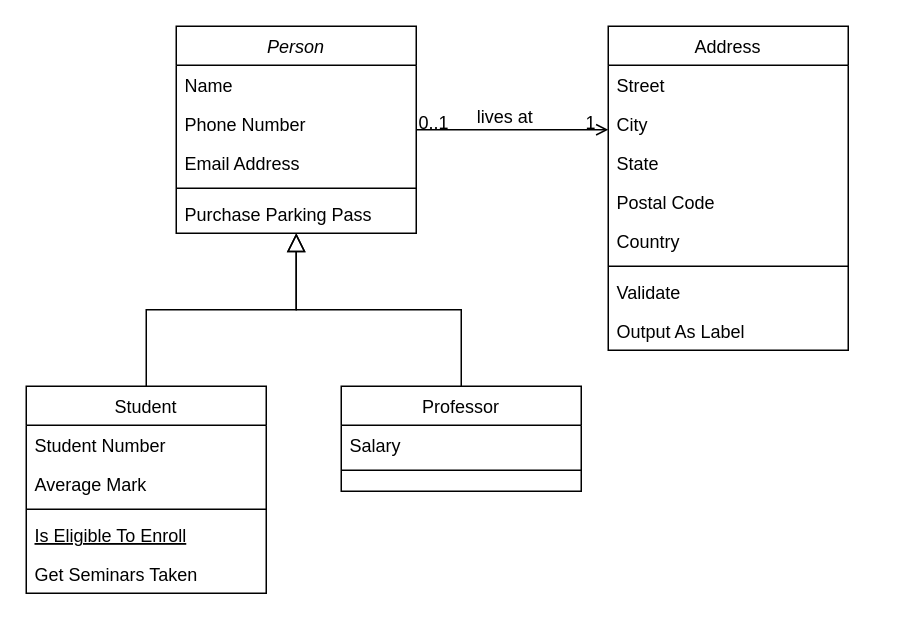
Earlier version of the draw.io diagram Diagrama-Classes/Escola-Ingles.drawio (Wal221/ProjetoWeb2). Source tidied: cells renumbered, new cells numbered last; positions are measured from the earlier drawing's top-left corner, leaving out a move shared by most shapes. Both pictures are drawn from the tidied source at 150%, with x=0, y=0 at pixel (26, 26).
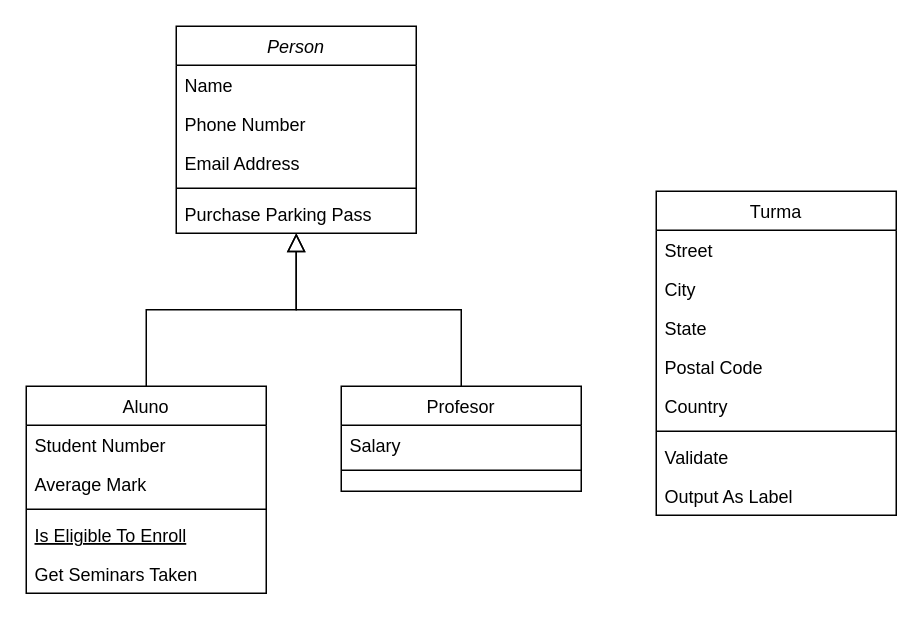
Above is the later version.

Commit message:
Adicionado a pasta para o diagrama de banco de dados

Unchanged cells that the change refers to:
```xml
<mxCell id="2" value="Person" style="swimlane;fontStyle=2;align=center;verticalAlign=top;horizontal=1;startSize=26;rounded=0;shadow=0;strokeWidth=1;" parent="1" vertex="1">
  <mxGeometry x="100" width="160" height="138" as="geometry" />
</mxCell>
```

Change to the diagram source:
```diff
@@
-    <mxCell id="8" value="Student" style="swimlane;fontStyle=0;align=center;verticalAlign=top;horizontal=1;startSize=26;rounded=0;shadow=0;strokeWidth=1;" parent="1" vertex="1">
+    <mxCell id="8" value="Aluno" style="swimlane;fontStyle=0;align=center;verticalAlign=top;horizontal=1;startSize=26;rounded=0;shadow=0;strokeWidth=1;" parent="1" vertex="1">
       <mxGeometry y="240" width="160" height="138" as="geometry" />
     </mxCell>
@@
-    <mxCell id="15" value="Professor" style="swimlane;fontStyle=0;align=center;verticalAlign=top;horizontal=1;startSize=26;rounded=0;shadow=0;strokeWidth=1;" parent="1" vertex="1">
+    <mxCell id="15" value="Profesor" style="swimlane;fontStyle=0;align=center;verticalAlign=top;horizontal=1;startSize=26;rounded=0;shadow=0;strokeWidth=1;" parent="1" vertex="1">
       <mxGeometry x="210" y="240" width="160" height="70" as="geometry" />
     </mxCell>
@@
-    <mxCell id="19" value="Address" style="swimlane;fontStyle=0;align=center;verticalAlign=top;horizontal=1;startSize=26;rounded=0;shadow=0;strokeWidth=1;" parent="1" vertex="1">
-      <mxGeometry x="388" width="160" height="216" as="geometry" />
+    <mxCell id="19" value="Turma" style="swimlane;fontStyle=0;align=center;verticalAlign=top;horizontal=1;startSize=26;rounded=0;shadow=0;strokeWidth=1;" parent="1" vertex="1">
+      <mxGeometry x="420" y="110" width="160" height="216" as="geometry" />
     </mxCell>
@@
-    <mxCell id="28" style="endArrow=open;shadow=0;strokeWidth=1;rounded=0;curved=0;endFill=1;edgeStyle=elbowEdgeStyle;elbow=vertical;" parent="1" edge="1" source="2" target="19">
-      <mxGeometry x="0.5" y="41" relative="1" as="geometry">
-        <mxPoint x="-40" y="32" as="offset" />
-      </mxGeometry>
-    </mxCell>
-    <mxCell id="29" value="0..1" style="align=left;verticalAlign=bottom;labelBackgroundColor=none;fontSize=12;" parent="28" vertex="1">
-      <mxGeometry x="-1" relative="1" as="geometry">
-        <mxPoint y="4" as="offset" />
-      </mxGeometry>
-    </mxCell>
-    <mxCell id="30" value="1" style="align=right;verticalAlign=bottom;labelBackgroundColor=none;fontSize=12;" parent="28" vertex="1">
-      <mxGeometry x="1" relative="1" as="geometry">
-        <mxPoint x="-7" y="4" as="offset" />
-      </mxGeometry>
-    </mxCell>
-    <mxCell id="31" value="lives at" style="text;html=1;align=center;verticalAlign=middle;labelBackgroundColor=none;rounded=0;shadow=0;strokeWidth=1;fontSize=12;" parent="28" vertex="1">
-      <mxGeometry x="0.5" y="49" relative="1" as="geometry">
-        <mxPoint x="-38" y="40" as="offset" />
-      </mxGeometry>
-    </mxCell>
```
